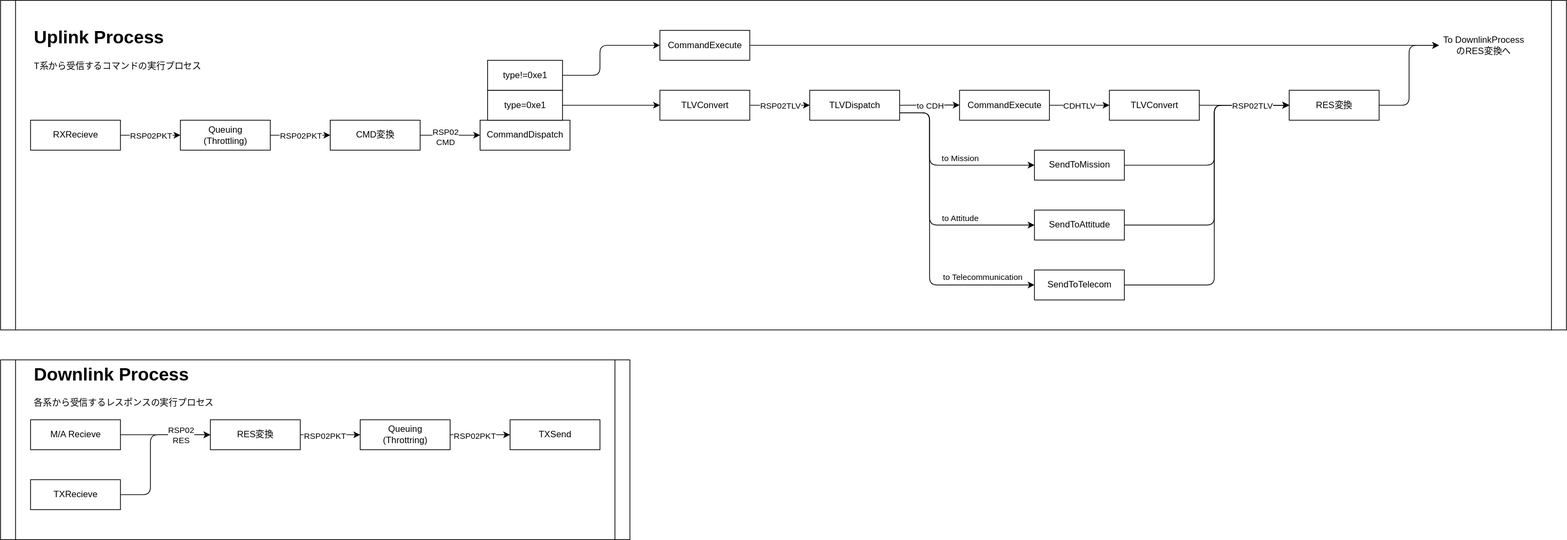
Above: doc/ProcessFlow.drawio.svg in takitan/rsp02_framework (draw.io), before the change. Source tidied: cells renumbered, new cells last; positions are measured from the earlier drawing's top-left corner, leaving out a move shared by most shapes.
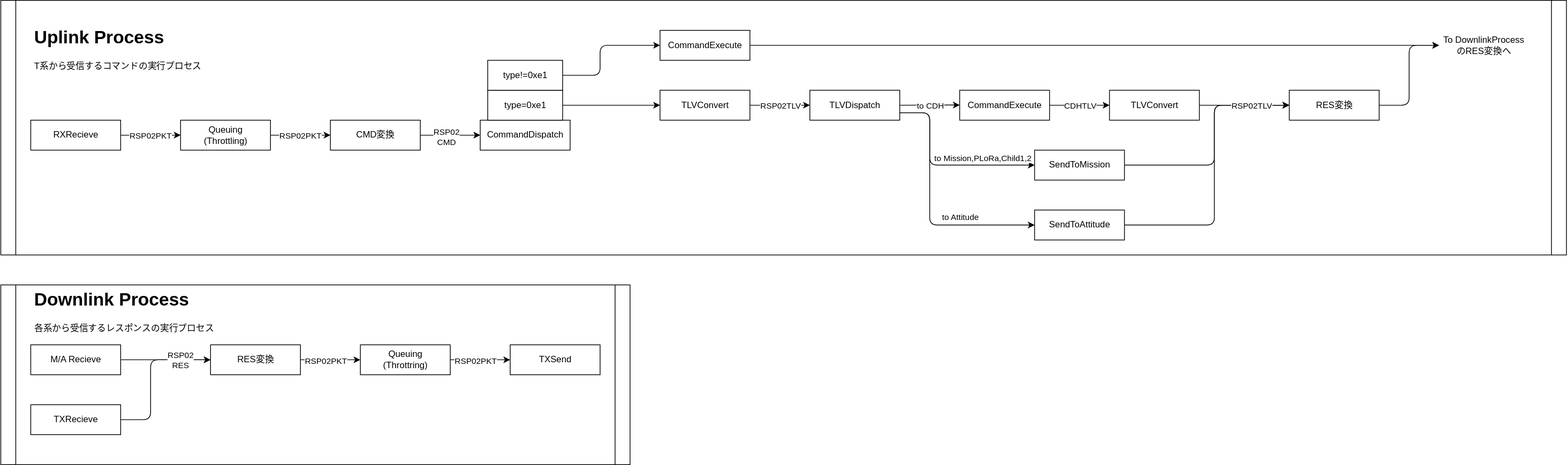
The same file after the commit.

Diff of the diagram source:
```diff
@@ -3,16 +3,16 @@
     <mxCell id="0" />
     <mxCell id="1" parent="0" />
     <mxCell id="2" style="shape=process;whiteSpace=wrap;html=1;backgroundOutline=1;size=0.009569377990430405;" parent="1" vertex="1">
-      <mxGeometry width="2090" height="440" as="geometry" />
+      <mxGeometry width="2090" height="340" as="geometry" />
     </mxCell>
     <mxCell id="3" style="shape=process;whiteSpace=wrap;html=1;backgroundOutline=1;size=0.023809523809523808;" parent="1" vertex="1">
-      <mxGeometry y="480" width="840" height="240" as="geometry" />
+      <mxGeometry y="380" width="840" height="240" as="geometry" />
     </mxCell>
     <mxCell id="4" style="endArrow=classic;html=1;exitX=1;exitY=0.5;exitDx=0;exitDy=0;entryX=0;entryY=0.5;entryDx=0;entryDy=0;" parent="1" edge="1" source="34" target="37">
       <mxGeometry relative="1" as="geometry">
         <Array as="points">
-          <mxPoint x="200" y="660" />
-          <mxPoint x="200" y="580" />
+          <mxPoint x="200" y="560" />
+          <mxPoint x="200" y="480" />
         </Array>
       </mxGeometry>
     </mxCell>
@@ -27,27 +27,6 @@
     <mxCell id="7" style="endArrow=classic;html=1;exitX=1;exitY=0.5;exitDx=0;exitDy=0;entryX=0;entryY=0.5;entryDx=0;entryDy=0;" parent="1" edge="1" source="21" target="58">
       <mxGeometry relative="1" as="geometry" />
     </mxCell>
-    <mxCell id="8" style="endArrow=classic;html=1;exitX=1;exitY=0.5;exitDx=0;exitDy=0;entryX=0;entryY=0.5;entryDx=0;entryDy=0;" parent="1" edge="1" source="44" target="56">
-      <mxGeometry relative="1" as="geometry">
-        <Array as="points">
-          <mxPoint x="1620" y="380" />
-          <mxPoint x="1620" y="140" />
-        </Array>
-      </mxGeometry>
-    </mxCell>
-    <mxCell id="9" style="endArrow=classic;html=1;exitX=1;exitY=0.75;exitDx=0;exitDy=0;entryX=0;entryY=0.5;entryDx=0;entryDy=0;" parent="1" edge="1" source="25" target="44">
-      <mxGeometry relative="1" as="geometry">
-        <Array as="points">
-          <mxPoint x="1240" y="150" />
-          <mxPoint x="1240" y="380" />
-        </Array>
-      </mxGeometry>
-    </mxCell>
-    <mxCell id="10" value="to Telecommunication" style="edgeLabel;html=1;align=center;verticalAlign=middle;" parent="9" vertex="1">
-      <mxGeometry x="-0.48" y="-1" relative="1" as="geometry">
-        <mxPoint x="71" y="153" as="offset" />
-      </mxGeometry>
-    </mxCell>
     <mxCell id="11" style="endArrow=classic;html=1;exitX=1;exitY=0.75;exitDx=0;exitDy=0;entryX=0;entryY=0.5;entryDx=0;entryDy=0;" parent="1" edge="1" source="25" target="43">
       <mxGeometry relative="1" as="geometry">
         <Array as="points">
@@ -152,7 +131,7 @@
       </mxGeometry>
     </mxCell>
     <mxCell id="34" value="TXRecieve" style="html=1;" parent="1" vertex="1">
-      <mxGeometry x="40" y="640" width="120" height="40" as="geometry" />
+      <mxGeometry x="40" y="540" width="120" height="40" as="geometry" />
     </mxCell>
     <mxCell id="35" style="endArrow=classic;html=1;entryX=0;entryY=0.5;entryDx=0;entryDy=0;" parent="1" edge="1" target="56">
       <mxGeometry relative="1" as="geometry">
@@ -165,11 +144,11 @@
       </mxGeometry>
     </mxCell>
     <mxCell id="37" value="RES変換" style="html=1;" parent="1" vertex="1">
-      <mxGeometry x="280" y="560" width="120" height="40" as="geometry" />
+      <mxGeometry x="280" y="460" width="120" height="40" as="geometry" />
     </mxCell>
     <mxCell id="38" style="endArrow=classic;html=1;exitX=1;exitY=0.5;exitDx=0;exitDy=0;" parent="1" edge="1" source="37">
       <mxGeometry relative="1" as="geometry">
-        <mxPoint x="480" y="580" as="targetPoint" />
+        <mxPoint x="480" y="480" as="targetPoint" />
       </mxGeometry>
     </mxCell>
     <mxCell id="39" value="RSP02PKT" style="edgeLabel;html=1;align=center;verticalAlign=middle;" parent="38" vertex="1">
@@ -183,9 +162,9 @@
         </Array>
       </mxGeometry>
     </mxCell>
-    <mxCell id="41" value="to Mission" style="edgeLabel;html=1;align=center;verticalAlign=middle;" parent="40" vertex="1">
+    <mxCell id="41" value="to Mission,PLoRa,Child1,2" style="edgeLabel;html=1;align=center;verticalAlign=middle;" parent="40" vertex="1">
       <mxGeometry x="-0.48" y="-1" relative="1" as="geometry">
-        <mxPoint x="41" y="35" as="offset" />
+        <mxPoint x="71" y="35" as="offset" />
       </mxGeometry>
     </mxCell>
     <mxCell id="42" value="SendToMission" style="html=1;" parent="1" vertex="1">
@@ -194,9 +173,6 @@
     <mxCell id="43" value="SendToAttitude" style="html=1;" parent="1" vertex="1">
       <mxGeometry x="1380" y="280" width="120" height="40" as="geometry" />
     </mxCell>
-    <mxCell id="44" value="SendToTelecom" style="html=1;" parent="1" vertex="1">
-      <mxGeometry x="1380" y="360" width="120" height="40" as="geometry" />
-    </mxCell>
     <mxCell id="45" value="RXRecieve" style="html=1;" parent="1" vertex="1">
       <mxGeometry x="40" y="160" width="120" height="40" as="geometry" />
     </mxCell>
@@ -218,10 +194,10 @@
       <mxGeometry x="650" y="80" width="100" height="40" as="geometry" />
     </mxCell>
     <mxCell id="51" value="Queuing&lt;br&gt;(Throttring)" style="html=1;" parent="1" vertex="1">
-      <mxGeometry x="480" y="560" width="120" height="40" as="geometry" />
+      <mxGeometry x="480" y="460" width="120" height="40" as="geometry" />
     </mxCell>
     <mxCell id="52" value="TXSend" style="html=1;" parent="1" vertex="1">
-      <mxGeometry x="680" y="560" width="120" height="40" as="geometry" />
+      <mxGeometry x="680" y="460" width="120" height="40" as="geometry" />
     </mxCell>
     <mxCell id="53" style="endArrow=classic;html=1;exitX=1;exitY=0.5;exitDx=0;exitDy=0;entryX=0;entryY=0.5;entryDx=0;entryDy=0;" parent="1" edge="1" source="51" target="52">
       <mxGeometry relative="1" as="geometry" />
@@ -247,10 +223,10 @@
       <mxGeometry x="1920" y="45" width="120" height="30" as="geometry" />
     </mxCell>
     <mxCell id="59" value="&lt;h1&gt;Downlink Process&lt;/h1&gt;&lt;div&gt;各系から受信するレスポンスの実行プロセス&lt;/div&gt;" style="text;html=1;strokeColor=none;fillColor=none;spacing=5;spacingTop=-20;whiteSpace=wrap;overflow=hidden;rounded=0;" parent="1" vertex="1">
-      <mxGeometry x="40" y="480" width="250" height="80" as="geometry" />
+      <mxGeometry x="40" y="380" width="250" height="80" as="geometry" />
     </mxCell>
     <mxCell id="60" value="M/A Recieve" style="html=1;" parent="1" vertex="1">
-      <mxGeometry x="40" y="560" width="120" height="40" as="geometry" />
+      <mxGeometry x="40" y="460" width="120" height="40" as="geometry" />
     </mxCell>
   </root>
 </mxGraphModel>
```
